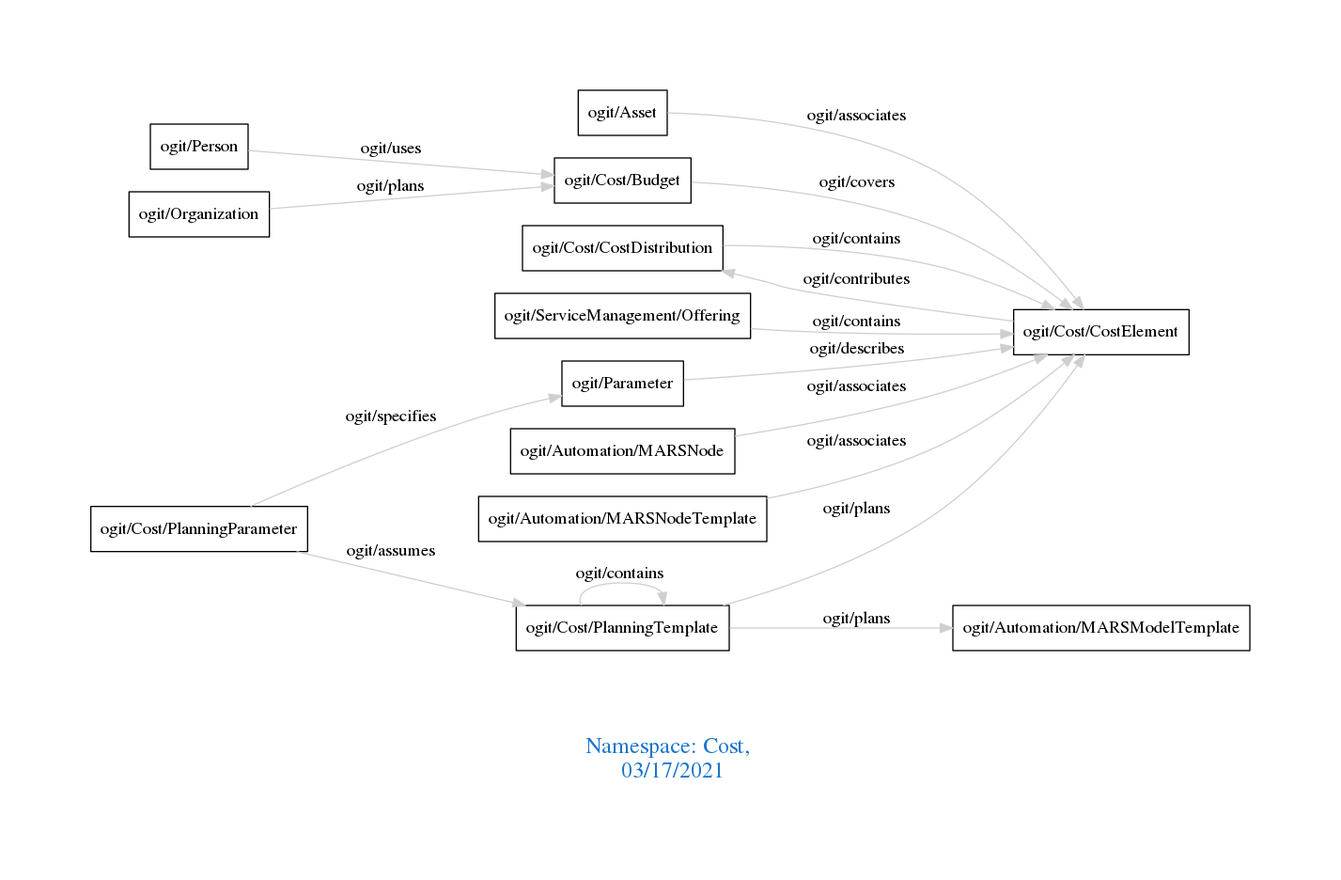
Above: downloads/Cost.png in arago/OGIT (Graphviz), before the change. Its source is kept beside it as downloads/Cost.dot.
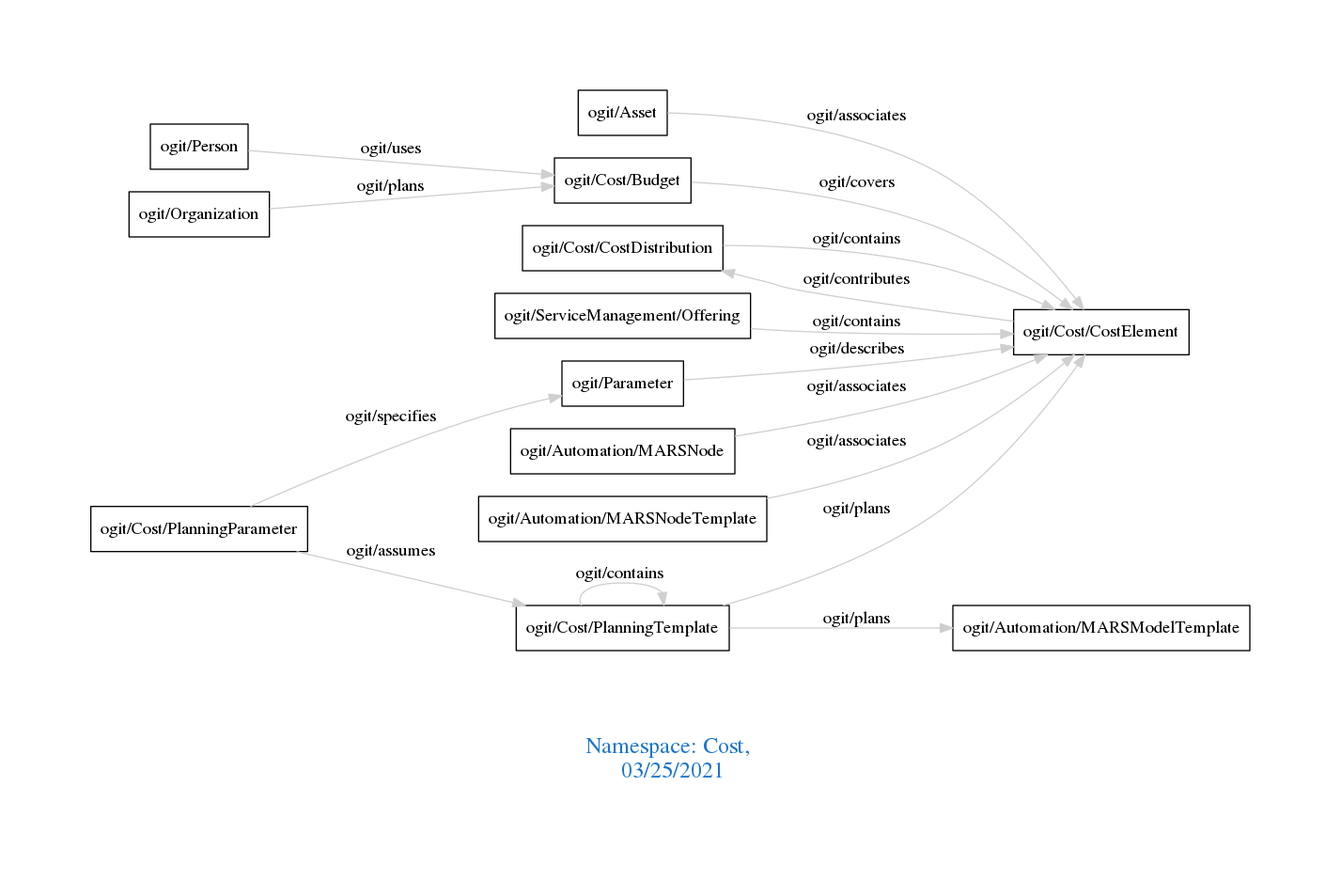
The same file after the commit.

What changed in the source:
```diff
@@ -1,7 +1,7 @@
 digraph OGIT_ontology {
  graph [ rankdir= LR,pad=1
 fontsize = 18,
-fontcolor= dodgerblue3,label = "\n\n\nNamespace: Cost, \n 03/17/2021"];
+fontcolor= dodgerblue3,label = "\n\n\nNamespace: Cost, \n 03/25/2021"];
 node[shape=polygon];
 edge [  color="gray81"];
 
```
